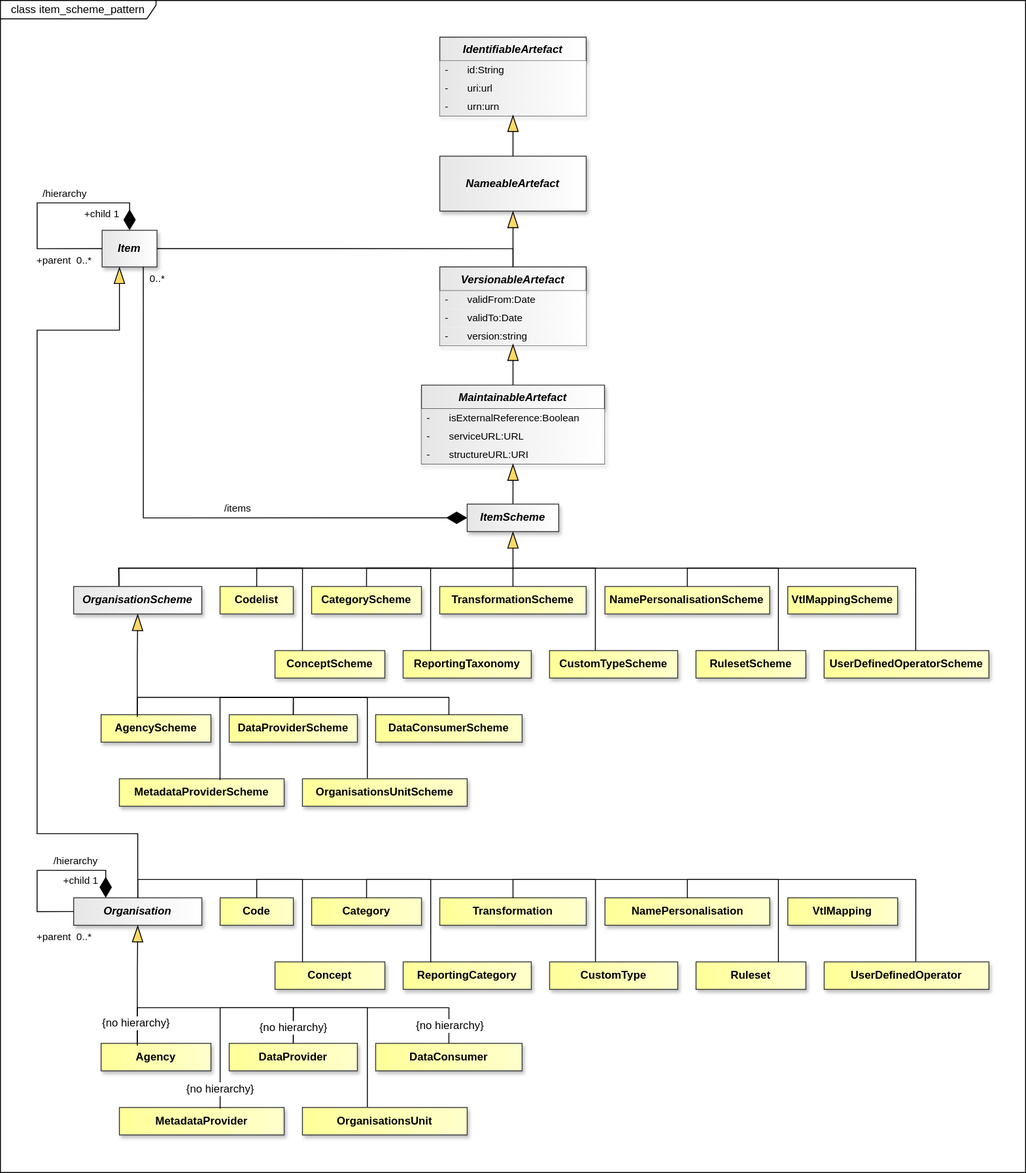
Above: docs/information_model/media/sdmx_base-item_scheme_pattern.svg in dosse/sdmx-im (draw.io), before the change. Source tidied: cells renumbered, new cells last; positions are measured from the earlier drawing's top-left corner, leaving out a move shared by most shapes.
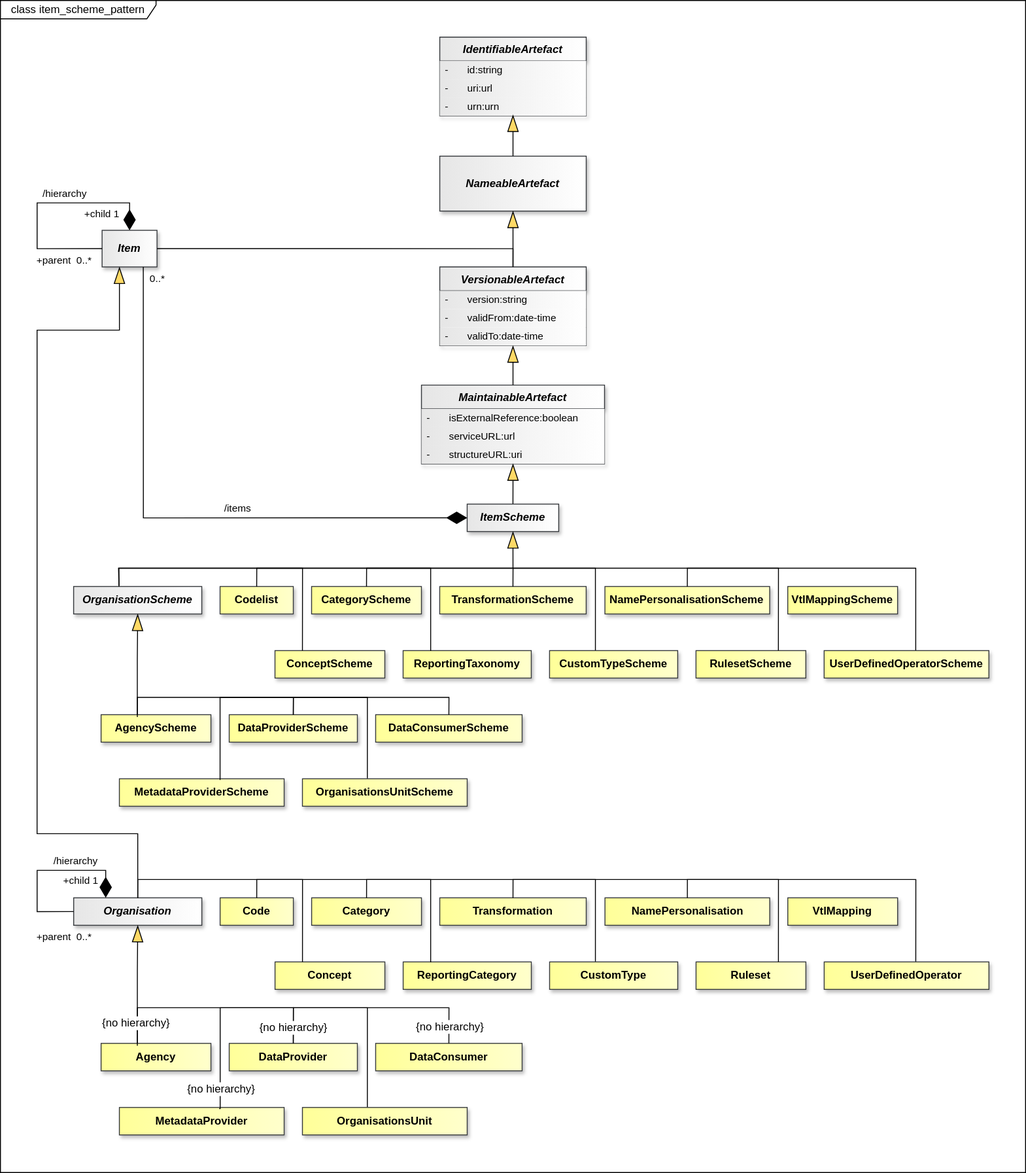
The same file after the commit.

Commit message:
https://github.com/sdmx-twg/sdmx-im/issues/1

Change to the diagram source:
```diff
@@ -65,7 +65,7 @@
     <mxCell id="22" value="IdentifiableArtefact" style="swimlane;fontStyle=3;align=center;verticalAlign=top;horizontal=1;startSize=26;whiteSpace=wrap;html=1;strokeColor=#36393d;fontFamily=Helvetica;fontSize=12;fillColor=light-dark(#E6E6E6,#E6E6E6);gradientDirection=east;gradientColor=light-dark(#FFFFFF,#FFFFFF);fontColor=light-dark(#000000,#000000);shadow=1;" parent="1" vertex="1">
       <mxGeometry x="480" y="40" width="160" height="86" as="geometry" />
     </mxCell>
-    <mxCell id="23" value="-&lt;span style=&quot;white-space: pre;&quot;&gt;&#9;&lt;/span&gt;id:String" style="text;strokeColor=none;fillColor=light-dark(#E6E6E6,#E6E6E6);align=left;verticalAlign=middle;spacingLeft=4;spacingRight=4;overflow=hidden;whiteSpace=wrap;html=1;fontFamily=Helvetica;fontSize=11;fontColor=light-dark(#000000,#000000);fontStyle=0;gradientColor=light-dark(#FFFFFF,#FFFFFF);gradientDirection=east;" parent="22" vertex="1">
+    <mxCell id="23" value="-&lt;span style=&quot;white-space: pre;&quot;&gt;&#9;&lt;/span&gt;id:string" style="text;strokeColor=none;fillColor=light-dark(#E6E6E6,#E6E6E6);align=left;verticalAlign=middle;spacingLeft=4;spacingRight=4;overflow=hidden;whiteSpace=wrap;html=1;fontFamily=Helvetica;fontSize=11;fontColor=light-dark(#000000,#000000);fontStyle=0;gradientColor=light-dark(#FFFFFF,#FFFFFF);gradientDirection=east;" parent="22" vertex="1">
       <mxGeometry y="26" width="160" height="20" as="geometry" />
     </mxCell>
     <mxCell id="24" value="-&lt;span style=&quot;white-space: pre;&quot;&gt;&#9;&lt;/span&gt;uri:url" style="text;strokeColor=none;fillColor=light-dark(#E6E6E6,#E6E6E6);align=left;verticalAlign=middle;spacingLeft=4;spacingRight=4;overflow=hidden;whiteSpace=wrap;html=1;fontFamily=Helvetica;fontSize=11;fontColor=light-dark(#000000,#000000);fontStyle=0;gradientColor=light-dark(#FFFFFF,#FFFFFF);gradientDirection=east;" parent="22" vertex="1">
@@ -83,31 +83,31 @@
     <mxCell id="28" value="VersionableArtefact" style="swimlane;fontStyle=3;align=center;verticalAlign=top;horizontal=1;startSize=26;whiteSpace=wrap;html=1;strokeColor=#36393d;fontFamily=Helvetica;fontSize=12;fillColor=light-dark(#E6E6E6,#E6E6E6);gradientDirection=east;gradientColor=light-dark(#FFFFFF,#FFFFFF);fontColor=light-dark(#000000,#000000);shadow=1;" parent="1" vertex="1">
       <mxGeometry x="480" y="291" width="160" height="86" as="geometry" />
     </mxCell>
+    <mxCell id="31" value="-&lt;span style=&quot;white-space: pre;&quot;&gt;&#9;&lt;/span&gt;version:string" style="text;strokeColor=none;fillColor=light-dark(#E6E6E6,#E6E6E6);align=left;verticalAlign=middle;spacingLeft=4;spacingRight=4;overflow=hidden;points=[[0,0.5],[1,0.5]];portConstraint=eastwest;whiteSpace=wrap;html=1;fontFamily=Helvetica;fontSize=11;fontColor=light-dark(#000000,#000000);fontStyle=0;gradientColor=light-dark(#FFFFFF,#FFFFFF);gradientDirection=east;" parent="28" vertex="1">
+      <mxGeometry y="26" width="160" height="20" as="geometry" />
+    </mxCell>
-    <mxCell id="29" value="-&lt;span style=&quot;white-space: pre;&quot;&gt;&#9;&lt;/span&gt;validFrom:Date" style="text;strokeColor=none;fillColor=light-dark(#E6E6E6,#E6E6E6);align=left;verticalAlign=middle;spacingLeft=4;spacingRight=4;overflow=hidden;whiteSpace=wrap;html=1;fontFamily=Helvetica;fontSize=11;fontColor=light-dark(#000000,#000000);fontStyle=0;gradientColor=light-dark(#FFFFFF,#FFFFFF);gradientDirection=east;" parent="28" vertex="1">
-      <mxGeometry y="26" width="160" height="20" as="geometry" />
+    <mxCell id="29" value="-&lt;span style=&quot;white-space: pre;&quot;&gt;&#9;&lt;/span&gt;validFrom:date-time" style="text;strokeColor=none;fillColor=light-dark(#E6E6E6,#E6E6E6);align=left;verticalAlign=middle;spacingLeft=4;spacingRight=4;overflow=hidden;whiteSpace=wrap;html=1;fontFamily=Helvetica;fontSize=11;fontColor=light-dark(#000000,#000000);fontStyle=0;gradientColor=light-dark(#FFFFFF,#FFFFFF);gradientDirection=east;" parent="28" vertex="1">
+      <mxGeometry y="46" width="160" height="20" as="geometry" />
     </mxCell>
-    <mxCell id="30" value="-&lt;span style=&quot;white-space: pre;&quot;&gt;&#9;&lt;/span&gt;validTo:Date" style="text;strokeColor=none;fillColor=light-dark(#E6E6E6,#E6E6E6);align=left;verticalAlign=middle;spacingLeft=4;spacingRight=4;overflow=hidden;whiteSpace=wrap;html=1;fontFamily=Helvetica;fontSize=11;fontColor=light-dark(#000000,#000000);fontStyle=0;gradientColor=light-dark(#FFFFFF,#FFFFFF);gradientDirection=east;" parent="28" vertex="1">
-      <mxGeometry y="46" width="160" height="20" as="geometry" />
+    <mxCell id="30" value="-&lt;span style=&quot;white-space: pre;&quot;&gt;&#9;&lt;/span&gt;validTo:date-time" style="text;strokeColor=none;fillColor=light-dark(#E6E6E6,#E6E6E6);align=left;verticalAlign=middle;spacingLeft=4;spacingRight=4;overflow=hidden;whiteSpace=wrap;html=1;fontFamily=Helvetica;fontSize=11;fontColor=light-dark(#000000,#000000);fontStyle=0;gradientColor=light-dark(#FFFFFF,#FFFFFF);gradientDirection=east;" parent="28" vertex="1">
+      <mxGeometry y="66" width="160" height="20" as="geometry" />
     </mxCell>
-    <mxCell id="31" value="-&lt;span style=&quot;white-space: pre;&quot;&gt;&#9;&lt;/span&gt;version:string" style="text;strokeColor=none;fillColor=light-dark(#E6E6E6,#E6E6E6);align=left;verticalAlign=middle;spacingLeft=4;spacingRight=4;overflow=hidden;points=[[0,0.5],[1,0.5]];portConstraint=eastwest;whiteSpace=wrap;html=1;fontFamily=Helvetica;fontSize=11;fontColor=light-dark(#000000,#000000);fontStyle=0;gradientColor=light-dark(#FFFFFF,#FFFFFF);gradientDirection=east;" parent="28" vertex="1">
-      <mxGeometry y="66" width="160" height="20" as="geometry" />
-    </mxCell>
     <mxCell id="32" style="endArrow=blockThin;endSize=16;endFill=1;html=1;rounded=0;entryX=0.5;entryY=1;entryDx=0;entryDy=0;exitX=0.5;exitY=0;exitDx=0;exitDy=0;startFill=0;endFillColor=light-dark(#FFD966,#FFD966);strokeColor=light-dark(#000000,#FFFFFF);startFillColor=light-dark(#000000,#FFFFFF);labelBackgroundColor=none;labelBorderColor=light-dark(#000000,#FFFFFF);" parent="1" edge="1" source="28" target="26">
       <mxGeometry relative="1" as="geometry" />
     </mxCell>
     <mxCell id="33" value="MaintainableArtefact" style="swimlane;fontStyle=3;align=center;verticalAlign=top;horizontal=1;startSize=26;whiteSpace=wrap;html=1;strokeColor=#36393d;fontFamily=Helvetica;fontSize=12;fillColor=light-dark(#E6E6E6,#E6E6E6);gradientDirection=east;gradientColor=light-dark(#FFFFFF,#FFFFFF);fontColor=light-dark(#000000,#000000);shadow=1;" parent="1" vertex="1">
       <mxGeometry x="460" y="420" width="200" height="86" as="geometry" />
     </mxCell>
-    <mxCell id="34" value="-&lt;span style=&quot;white-space: pre;&quot;&gt;&#9;&lt;/span&gt;isExternalReference:Boolean" style="text;strokeColor=none;fillColor=light-dark(#E6E6E6,#E6E6E6);align=left;verticalAlign=middle;spacingLeft=4;spacingRight=4;overflow=hidden;whiteSpace=wrap;html=1;fontFamily=Helvetica;fontSize=11;fontColor=light-dark(#000000,#000000);fontStyle=0;gradientColor=light-dark(#FFFFFF,#FFFFFF);gradientDirection=east;" parent="33" vertex="1">
+    <mxCell id="34" value="-&lt;span style=&quot;white-space: pre;&quot;&gt;&#9;&lt;/span&gt;isExternalReference:boolean" style="text;strokeColor=none;fillColor=light-dark(#E6E6E6,#E6E6E6);align=left;verticalAlign=middle;spacingLeft=4;spacingRight=4;overflow=hidden;whiteSpace=wrap;html=1;fontFamily=Helvetica;fontSize=11;fontColor=light-dark(#000000,#000000);fontStyle=0;gradientColor=light-dark(#FFFFFF,#FFFFFF);gradientDirection=east;" parent="33" vertex="1">
       <mxGeometry y="26" width="200" height="20" as="geometry" />
     </mxCell>
-    <mxCell id="35" value="-&lt;span style=&quot;white-space: pre;&quot;&gt;&#9;&lt;/span&gt;serviceURL:URL" style="text;strokeColor=none;fillColor=light-dark(#E6E6E6,#E6E6E6);align=left;verticalAlign=middle;spacingLeft=4;spacingRight=4;overflow=hidden;whiteSpace=wrap;html=1;fontFamily=Helvetica;fontSize=11;fontColor=light-dark(#000000,#000000);fontStyle=0;gradientColor=light-dark(#FFFFFF,#FFFFFF);gradientDirection=east;" parent="33" vertex="1">
+    <mxCell id="35" value="-&lt;span style=&quot;white-space: pre;&quot;&gt;&#9;&lt;/span&gt;serviceURL:url" style="text;strokeColor=none;fillColor=light-dark(#E6E6E6,#E6E6E6);align=left;verticalAlign=middle;spacingLeft=4;spacingRight=4;overflow=hidden;whiteSpace=wrap;html=1;fontFamily=Helvetica;fontSize=11;fontColor=light-dark(#000000,#000000);fontStyle=0;gradientColor=light-dark(#FFFFFF,#FFFFFF);gradientDirection=east;" parent="33" vertex="1">
       <mxGeometry y="46" width="200" height="20" as="geometry" />
     </mxCell>
-    <mxCell id="36" value="-&lt;span style=&quot;white-space: pre;&quot;&gt;&#9;&lt;/span&gt;structureURL:URI" style="text;strokeColor=none;fillColor=light-dark(#E6E6E6,#E6E6E6);align=left;verticalAlign=middle;spacingLeft=4;spacingRight=4;overflow=hidden;whiteSpace=wrap;html=1;fontFamily=Helvetica;fontSize=11;fontColor=light-dark(#000000,#000000);fontStyle=0;gradientColor=light-dark(#FFFFFF,#FFFFFF);gradientDirection=east;" parent="33" vertex="1">
+    <mxCell id="36" value="-&lt;span style=&quot;white-space: pre;&quot;&gt;&#9;&lt;/span&gt;structureURL:uri" style="text;strokeColor=none;fillColor=light-dark(#E6E6E6,#E6E6E6);align=left;verticalAlign=middle;spacingLeft=4;spacingRight=4;overflow=hidden;whiteSpace=wrap;html=1;fontFamily=Helvetica;fontSize=11;fontColor=light-dark(#000000,#000000);fontStyle=0;gradientColor=light-dark(#FFFFFF,#FFFFFF);gradientDirection=east;" parent="33" vertex="1">
       <mxGeometry y="66" width="200" height="20" as="geometry" />
     </mxCell>
-    <mxCell id="37" style="endArrow=blockThin;endSize=16;endFill=1;html=1;rounded=0;entryX=0.5;entryY=0.9;entryDx=0;entryDy=0;exitX=0.5;exitY=0;exitDx=0;exitDy=0;startFill=0;endFillColor=light-dark(#FFD966,#FFD966);strokeColor=light-dark(#000000,#FFFFFF);startFillColor=light-dark(#000000,#FFFFFF);labelBackgroundColor=none;labelBorderColor=light-dark(#000000,#FFFFFF);entryPerimeter=0;" parent="1" edge="1" source="33" target="31">
+    <mxCell id="37" style="endArrow=blockThin;endSize=16;endFill=1;html=1;rounded=0;entryX=0.5;entryY=1;entryDx=0;entryDy=0;exitX=0.5;exitY=0;exitDx=0;exitDy=0;startFill=0;endFillColor=light-dark(#FFD966,#FFD966);strokeColor=light-dark(#000000,#FFFFFF);startFillColor=light-dark(#000000,#FFFFFF);labelBackgroundColor=none;labelBorderColor=light-dark(#000000,#FFFFFF);" parent="1" edge="1" source="33" target="28">
       <mxGeometry relative="1" as="geometry" />
     </mxCell>
     <mxCell id="38" style="endArrow=blockThin;endSize=16;endFill=1;html=1;rounded=0;exitX=0.5;exitY=0;exitDx=0;exitDy=0;startFill=0;endFillColor=light-dark(#FFD966,#FFD966);strokeColor=light-dark(#000000,#FFFFFF);startFillColor=light-dark(#000000,#FFFFFF);labelBackgroundColor=none;labelBorderColor=light-dark(#000000,#FFFFFF);entryX=0.5;entryY=1;entryDx=0;entryDy=0;" parent="1" edge="1" source="44" target="33">
```
